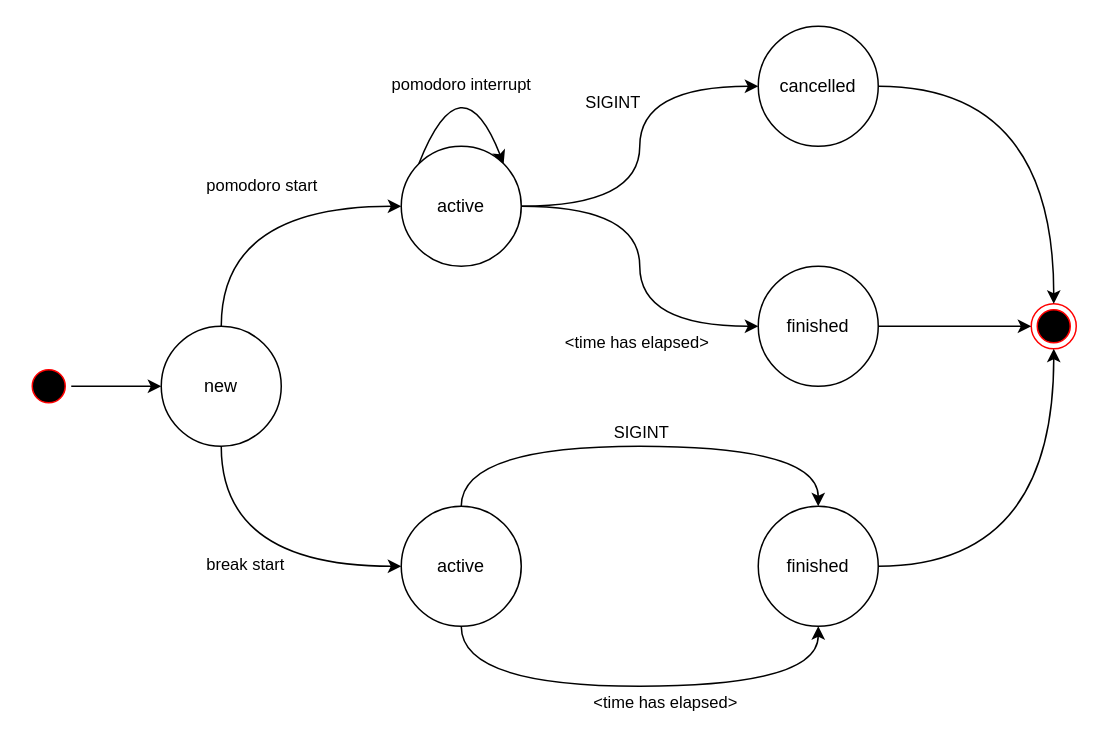
Above: doc/statemachine.drawio in suhlig/rustomato (draw.io), before the change. Source tidied: cells renumbered, new cells numbered last; positions are measured from the earlier drawing's top-left corner, leaving out a move shared by most shapes. Both pictures are drawn from the tidied source at 150%, with x=0, y=0 at pixel (26, 26).
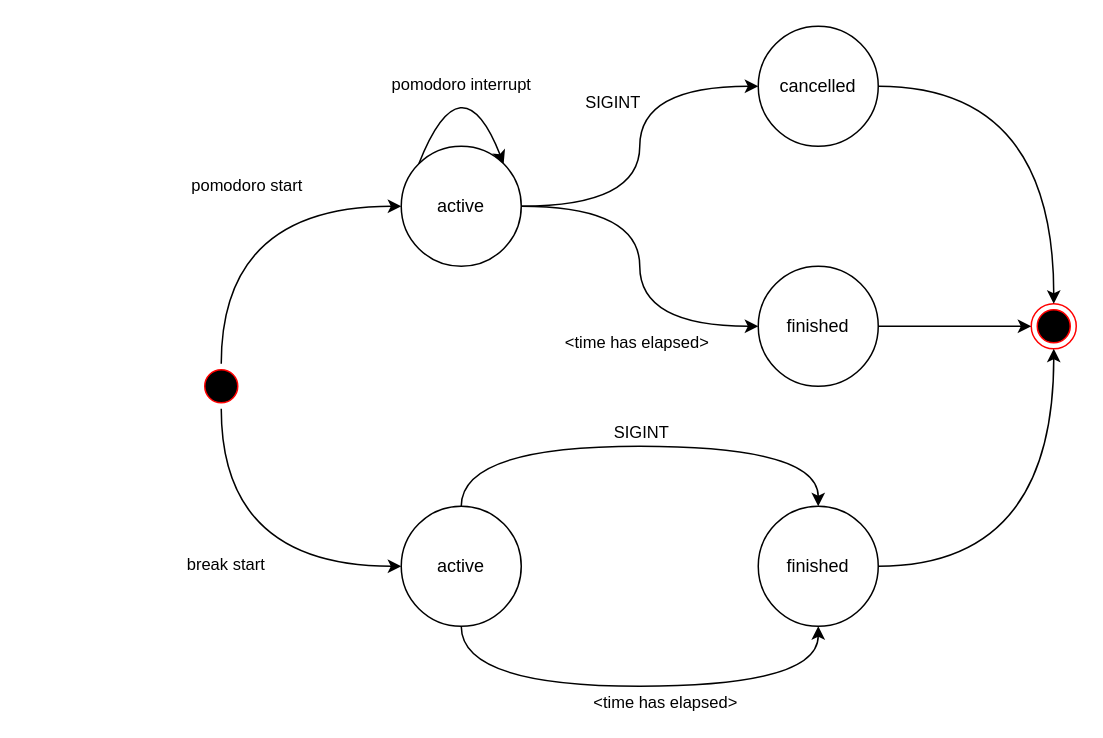
Above is the later version.

Unchanged cells that the change refers to:
```xml
<mxCell id="9" value="active" style="ellipse;whiteSpace=wrap;html=1;" parent="1" vertex="1">
  <mxGeometry x="250" y="80" width="80" height="80" as="geometry" />
</mxCell>
<mxCell id="21" value="active" style="ellipse;whiteSpace=wrap;html=1;" parent="1" vertex="1">
  <mxGeometry x="250" y="320" width="80" height="80" as="geometry" />
</mxCell>
```

The edit, as a diff of the source:
```diff
@@
-    <mxCell id="2" style="edgeStyle=orthogonalEdgeStyle;rounded=0;jettySize=auto;html=1;" parent="1" edge="1" source="3" target="26">
-      <mxGeometry relative="1" as="geometry" />
-    </mxCell>
     <mxCell id="3" style="ellipse;html=1;shape=startState;fillColor=#000000;strokeColor=#ff0000;" parent="1" vertex="1">
-      <mxGeometry y="225" width="30" height="30" as="geometry" />
+      <mxGeometry x="115" y="225" width="30" height="30" as="geometry" />
     </mxCell>
@@
-    <mxCell id="11" style="edgeStyle=orthogonalEdgeStyle;curved=1;jettySize=auto;html=1;strokeColor=#000000;entryX=0;entryY=0.5;entryDx=0;entryDy=0;exitX=0.5;exitY=0;exitDx=0;exitDy=0;" parent="1" edge="1" source="26" target="9">
+    <mxCell id="11" style="edgeStyle=orthogonalEdgeStyle;curved=1;jettySize=auto;html=1;strokeColor=#000000;entryX=0;entryY=0.5;entryDx=0;entryDy=0;exitX=0.5;exitY=0;exitDx=0;exitDy=0;" parent="1" edge="1" source="3" target="9">
       <mxGeometry relative="1" as="geometry" />
     </mxCell>
@@
-    <mxCell id="13" style="edgeStyle=orthogonalEdgeStyle;curved=1;jettySize=auto;html=1;strokeColor=#000000;entryX=0;entryY=0.5;entryDx=0;entryDy=0;entryPerimeter=0;exitX=0.5;exitY=1;exitDx=0;exitDy=0;" parent="1" edge="1" source="26" target="21">
+    <mxCell id="13" style="edgeStyle=orthogonalEdgeStyle;curved=1;jettySize=auto;html=1;strokeColor=#000000;entryX=0;entryY=0.5;entryDx=0;entryDy=0;entryPerimeter=0;exitX=0.5;exitY=1;exitDx=0;exitDy=0;" parent="1" edge="1" source="3" target="21">
       <mxGeometry relative="1" as="geometry" />
     </mxCell>
@@
-    <mxCell id="26" value="new" style="ellipse;whiteSpace=wrap;html=1;" parent="1" vertex="1">
-      <mxGeometry x="90" y="200" width="80" height="80" as="geometry" />
-    </mxCell>
```
